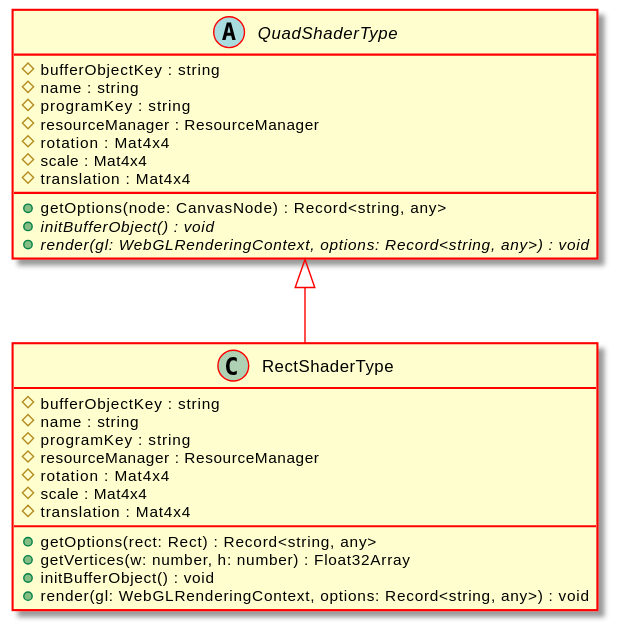
The PlantUML diagram docs/api/assets/RectShaderType-umlClassDiagram-5829.svg in Test123938/Test2, before a commit.
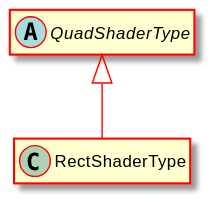
The same file after the commit.

What changed in the source:
```diff
@@ -5,29 +5,8 @@
 hide empty methods
 hide empty fields
 class "RectShaderType" {
-    #bufferObjectKey : string
-    #name : string
-    #programKey : string
-    #resourceManager : ResourceManager
-    #rotation : Mat4x4
-    #scale : Mat4x4
-    #translation : Mat4x4
-    +getOptions(rect: Rect) : Record<string, any>
-    +getVertices(w: number, h: number) : Float32Array
-    +initBufferObject() : void
-    +render(gl: WebGLRenderingContext, options: Record<string, any>) : void
 }
 abstract class "QuadShaderType" {
-    #bufferObjectKey : string
-    #name : string
-    #programKey : string
-    #resourceManager : ResourceManager
-    #rotation : Mat4x4
-    #scale : Mat4x4
-    #translation : Mat4x4
-    +getOptions(node: CanvasNode) : Record<string, any>
-    {abstract} +initBufferObject() : void
-    {abstract} +render(gl: WebGLRenderingContext, options: Record<string, any>) : void
 }
 "QuadShaderType" <|-- "RectShaderType"
 @enduml
```
